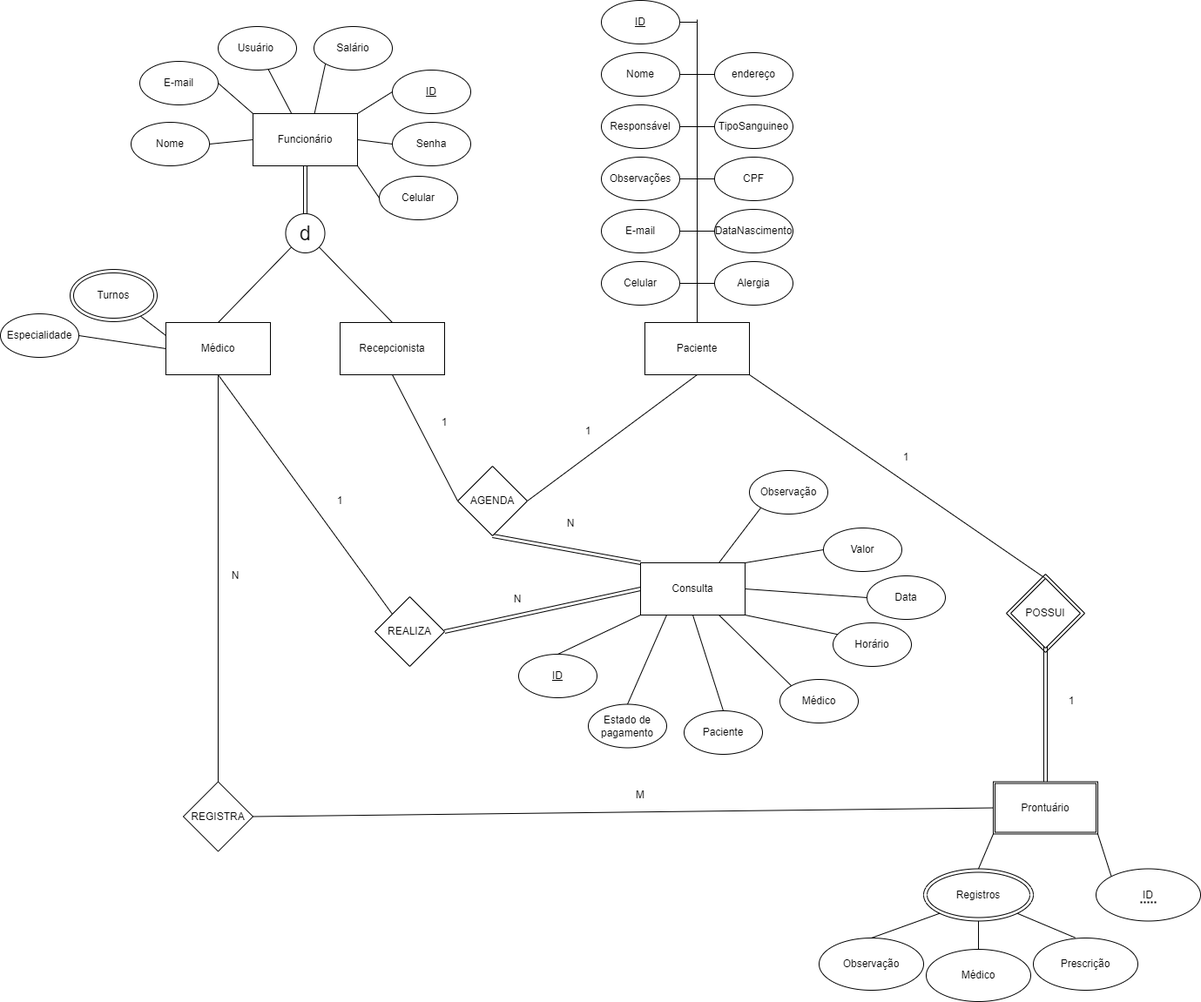
pauloandreoliv/Banco-de-Dados-I---2022.2---Projeto-da-II-Unidade keeps this draw.io diagram as Modelo conceitual/Modelo ER.png. Above is the earlier version. Source tidied: cells renumbered, new cells last; positions are measured from the earlier drawing's top-left corner, leaving out a move shared by most shapes.
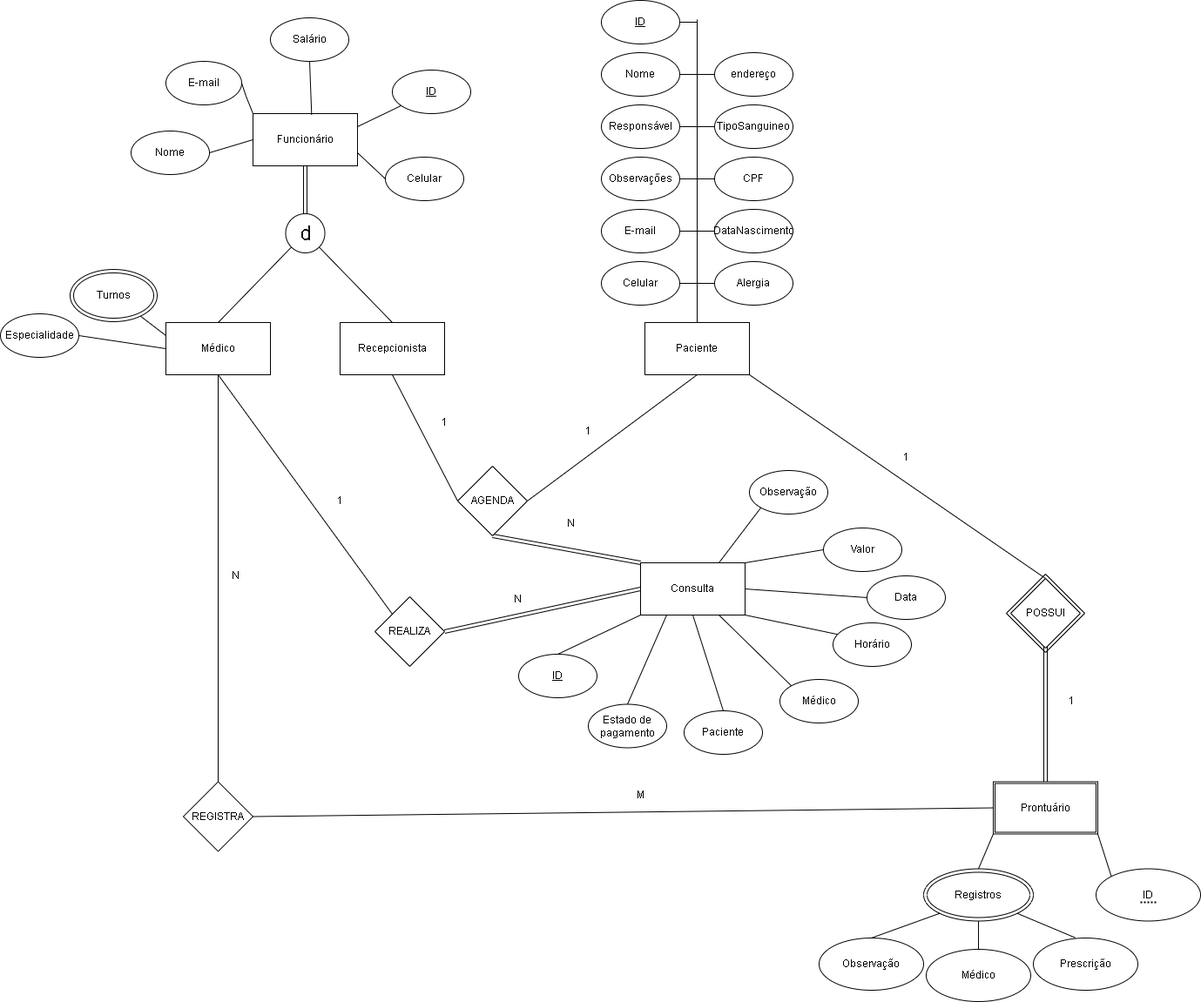
After the change.

Commit message:
atualização do modelo conceitual

What changed in the source:
```diff
@@ -210,47 +210,43 @@
     <mxCell id="66" style="edgeStyle=none;rounded=0;jettySize=auto;html=1;exitX=0.5;exitY=1;exitDx=0;exitDy=0;entryX=0.5;entryY=0;entryDx=0;entryDy=0;fontSize=23;endArrow=none;endFill=0;shape=link;" parent="1" edge="1" source="68" target="82">
       <mxGeometry relative="1" as="geometry" />
     </mxCell>
-    <mxCell id="67" style="edgeStyle=none;rounded=0;jettySize=auto;html=1;exitX=1;exitY=1;exitDx=0;exitDy=0;entryX=0;entryY=0.5;entryDx=0;entryDy=0;fontSize=23;endArrow=none;endFill=0;" parent="1" edge="1" source="68" target="93">
+    <mxCell id="67" style="edgeStyle=none;rounded=0;jettySize=auto;html=1;exitX=1;exitY=0.75;exitDx=0;exitDy=0;entryX=0;entryY=0.5;entryDx=0;entryDy=0;fontSize=23;endArrow=none;endFill=0;" parent="1" edge="1" source="68" target="93">
       <mxGeometry relative="1" as="geometry" />
     </mxCell>
     <mxCell id="68" value="Funcionário" style="rounded=0;whiteSpace=wrap;html=1;" parent="1" vertex="1">
       <mxGeometry x="290" y="130" width="120" height="60" as="geometry" />
     </mxCell>
-    <mxCell id="69" style="rounded=0;jettySize=auto;html=1;endArrow=none;endFill=0;" parent="1" edge="1" source="70" target="68">
-      <mxGeometry relative="1" as="geometry" />
-    </mxCell>
-    <mxCell id="70" value="Usuário&amp;nbsp;" style="ellipse;whiteSpace=wrap;html=1;fontStyle=0;" parent="1" vertex="1">
-      <mxGeometry x="250" y="30" width="90" height="50" as="geometry" />
-    </mxCell>
     <mxCell id="71" style="rounded=0;jettySize=auto;html=1;exitX=1;exitY=0.5;exitDx=0;exitDy=0;entryX=0;entryY=0;entryDx=0;entryDy=0;endArrow=none;endFill=0;" parent="1" edge="1" source="72" target="68">
-      <mxGeometry relative="1" as="geometry" />
+      <mxGeometry relative="1" as="geometry">
+        <Array as="points">
+          <mxPoint x="282" y="110" />
+        </Array>
+      </mxGeometry>
     </mxCell>
     <mxCell id="72" value="E-mail" style="ellipse;whiteSpace=wrap;html=1;" parent="1" vertex="1">
-      <mxGeometry x="160" y="70" width="90" height="50" as="geometry" />
+      <mxGeometry x="190" y="70" width="87" height="50" as="geometry" />
     </mxCell>
     <mxCell id="73" style="rounded=0;jettySize=auto;html=1;exitX=1;exitY=0.5;exitDx=0;exitDy=0;entryX=0;entryY=0.5;entryDx=0;entryDy=0;endArrow=none;endFill=0;" parent="1" edge="1" source="74" target="68">
       <mxGeometry relative="1" as="geometry" />
     </mxCell>
     <mxCell id="74" value="Nome" style="ellipse;whiteSpace=wrap;html=1;" parent="1" vertex="1">
-      <mxGeometry x="150" y="140" width="90" height="50" as="geometry" />
+      <mxGeometry x="150" y="150" width="90" height="50" as="geometry" />
     </mxCell>
-    <mxCell id="75" style="edgeStyle=none;rounded=0;jettySize=auto;html=1;exitX=0;exitY=0.5;exitDx=0;exitDy=0;entryX=1;entryY=0.5;entryDx=0;entryDy=0;fontSize=18;endArrow=none;endFill=0;" parent="1" edge="1" source="76" target="68">
-      <mxGeometry relative="1" as="geometry" />
-    </mxCell>
-    <mxCell id="76" value="Senha" style="ellipse;whiteSpace=wrap;html=1;" parent="1" vertex="1">
-      <mxGeometry x="450" y="140" width="90" height="50" as="geometry" />
-    </mxCell>
-    <mxCell id="77" style="edgeStyle=none;rounded=0;jettySize=auto;html=1;exitX=0;exitY=0.5;exitDx=0;exitDy=0;entryX=1;entryY=0;entryDx=0;entryDy=0;fontSize=18;endArrow=none;endFill=0;" parent="1" edge="1" source="78" target="68">
-      <mxGeometry relative="1" as="geometry" />
+    <mxCell id="77" style="edgeStyle=none;rounded=0;jettySize=auto;html=1;exitX=0;exitY=0.5;exitDx=0;exitDy=0;entryX=1;entryY=0.25;entryDx=0;entryDy=0;fontSize=18;endArrow=none;endFill=0;" parent="1" edge="1" source="78" target="68">
+      <mxGeometry relative="1" as="geometry">
+        <Array as="points">
+          <mxPoint x="462" y="120" />
+        </Array>
+      </mxGeometry>
     </mxCell>
     <mxCell id="78" value="&lt;u&gt;ID&lt;/u&gt;" style="ellipse;whiteSpace=wrap;html=1;" parent="1" vertex="1">
       <mxGeometry x="450" y="80" width="90" height="50" as="geometry" />
     </mxCell>
-    <mxCell id="79" style="edgeStyle=none;rounded=0;jettySize=auto;html=1;exitX=0;exitY=1;exitDx=0;exitDy=0;entryX=0.589;entryY=-0.006;entryDx=0;entryDy=0;entryPerimeter=0;endArrow=none;endFill=0;" parent="1" edge="1" source="80" target="68">
+    <mxCell id="79" style="rounded=0;jettySize=auto;html=1;exitX=0.5;exitY=1;exitDx=0;exitDy=0;entryX=0.561;entryY=0.022;entryDx=0;entryDy=0;entryPerimeter=0;startArrow=none;startFill=0;endArrow=none;endFill=0;" parent="1" edge="1" source="80" target="68">
       <mxGeometry relative="1" as="geometry" />
     </mxCell>
     <mxCell id="80" value="Salário" style="ellipse;whiteSpace=wrap;html=1;fontStyle=0;" parent="1" vertex="1">
-      <mxGeometry x="360" y="30" width="90" height="50" as="geometry" />
+      <mxGeometry x="310" y="20" width="90" height="50" as="geometry" />
     </mxCell>
     <mxCell id="81" style="edgeStyle=none;rounded=0;jettySize=auto;html=1;exitX=1;exitY=1;exitDx=0;exitDy=0;entryX=0.5;entryY=0;entryDx=0;entryDy=0;fontSize=23;endArrow=none;endFill=0;" parent="1" edge="1" source="82" target="6">
       <mxGeometry relative="1" as="geometry" />
@@ -289,7 +285,7 @@
       <mxGeometry x="480" y="470" width="60" height="30" as="geometry" />
     </mxCell>
     <mxCell id="93" value="Celular" style="ellipse;whiteSpace=wrap;html=1;fontStyle=0;" parent="1" vertex="1">
-      <mxGeometry x="435" y="202" width="90" height="50" as="geometry" />
+      <mxGeometry x="442" y="180" width="90" height="50" as="geometry" />
     </mxCell>
     <mxCell id="94" value="Observação" style="ellipse;whiteSpace=wrap;html=1;" parent="1" vertex="1">
       <mxGeometry x="940" y="1077" width="120" height="60" as="geometry" />
```
